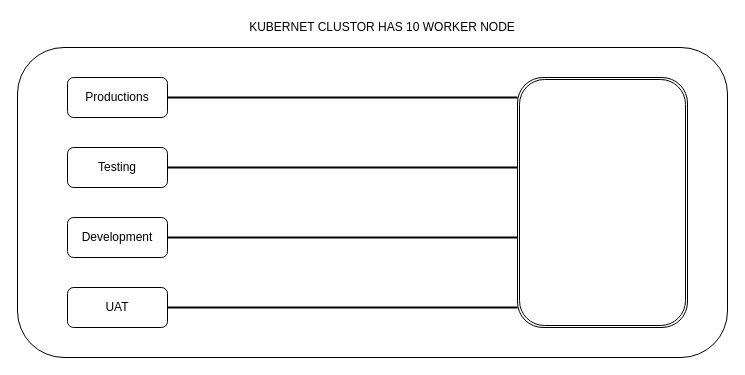
The draw.io diagram namespace.drawio in ashisnishanka/kubernet, before the edit. Source tidied: cells renumbered, new cells numbered last; positions are measured from the earlier drawing's top-left corner, leaving out a move shared by most shapes. Both pictures are drawn from the tidied source at 100%, with x=0, y=0 at pixel (17, 17).
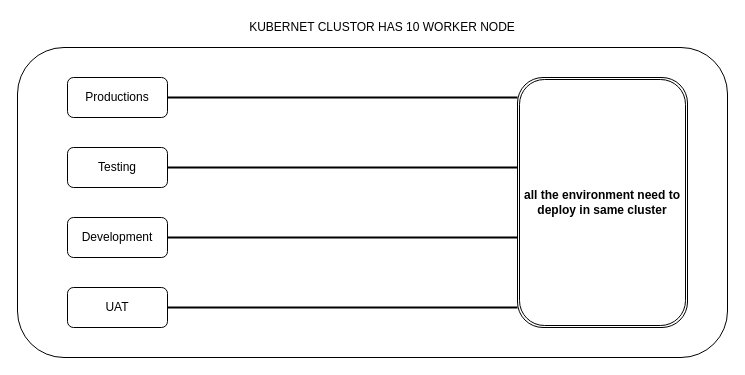
After the change.

The edit, as a diff of the source:
```diff
@@
 <mxGraphModel>
   <root>
     <mxCell id="0" />
     <mxCell id="1" parent="0" />
     <mxCell id="2" style="rounded=1;whiteSpace=wrap;html=1;" parent="1" vertex="1">
       <mxGeometry y="30" width="710" height="310" as="geometry" />
     </mxCell>
     <mxCell id="3" value="KUBERNET CLUSTOR HAS 10 WORKER NODE" style="text;html=1;strokeColor=none;fillColor=none;align=center;verticalAlign=middle;whiteSpace=wrap;rounded=0;" parent="1" vertex="1">
       <mxGeometry x="60" width="610" height="20" as="geometry" />
     </mxCell>
     <mxCell id="4" value="Productions" style="rounded=1;whiteSpace=wrap;html=1;" parent="1" vertex="1">
       <mxGeometry x="50" y="60" width="100" height="40" as="geometry" />
     </mxCell>
     <mxCell id="5" value="Testing" style="rounded=1;whiteSpace=wrap;html=1;" parent="1" vertex="1">
       <mxGeometry x="50" y="130" width="100" height="40" as="geometry" />
     </mxCell>
     <mxCell id="6" value="Development" style="rounded=1;whiteSpace=wrap;html=1;" parent="1" vertex="1">
       <mxGeometry x="50" y="200" width="100" height="40" as="geometry" />
     </mxCell>
     <mxCell id="7" value="UAT" style="rounded=1;whiteSpace=wrap;html=1;" parent="1" vertex="1">
       <mxGeometry x="50" y="270" width="100" height="40" as="geometry" />
     </mxCell>
     <mxCell id="8" style="line;strokeWidth=2;html=1;" parent="1" vertex="1">
       <mxGeometry x="150" y="75" width="350" height="10" as="geometry" />
     </mxCell>
     <mxCell id="9" style="line;strokeWidth=2;html=1;" parent="1" vertex="1">
       <mxGeometry x="150" y="145" width="350" height="10" as="geometry" />
     </mxCell>
     <mxCell id="10" style="line;strokeWidth=2;html=1;" parent="1" vertex="1">
       <mxGeometry x="150" y="215" width="350" height="10" as="geometry" />
     </mxCell>
     <mxCell id="11" style="line;strokeWidth=2;html=1;" parent="1" vertex="1">
       <mxGeometry x="150" y="285" width="350" height="10" as="geometry" />
     </mxCell>
-    <mxCell id="12" style="shape=ext;double=1;rounded=1;whiteSpace=wrap;html=1;" parent="1" vertex="1">
+    <mxCell id="12" value="&lt;b&gt;all the environment need to deploy in same cluster&lt;/b&gt;" style="shape=ext;double=1;rounded=1;whiteSpace=wrap;html=1;" parent="1" vertex="1">
       <mxGeometry x="500" y="60" width="170" height="250" as="geometry" />
     </mxCell>
   </root>
 </mxGraphModel>
```
